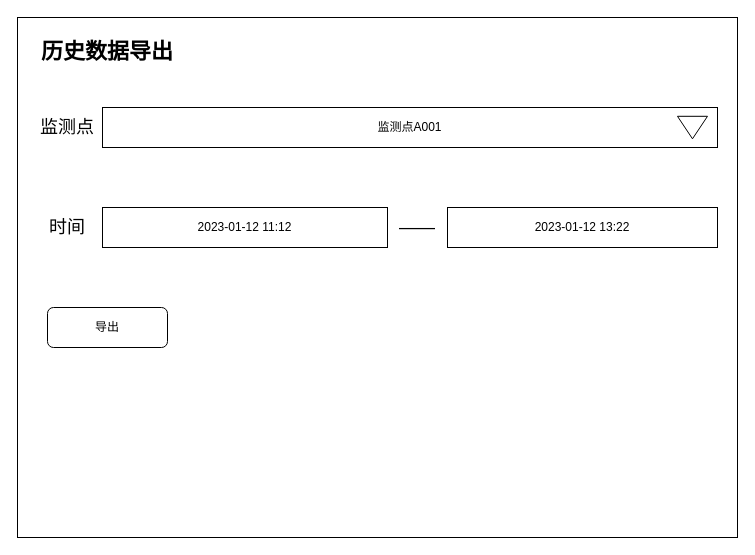
Above: 未命名绘图.drawio in bit365/diagrams (draw.io), before the change. Source tidied: cells renumbered, new cells numbered last; positions are measured from the earlier drawing's top-left corner, leaving out a move shared by most shapes. Both pictures are drawn from the tidied source at 100%, with x=0, y=0 at pixel (17, 17).
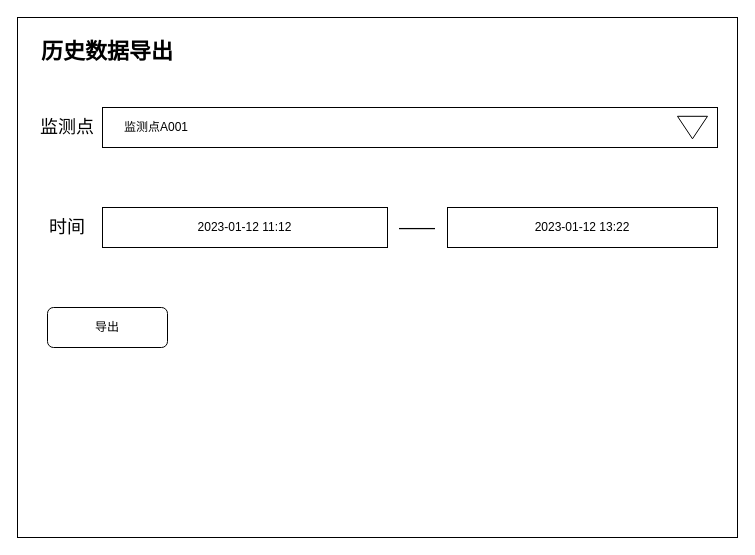
The same diagram, later.

Commit message (it also covers changes not shown here):
更新未命名绘图.drawio

Diff of the diagram source:
```diff
@@
 <mxGraphModel>
   <root>
     <mxCell id="0" />
     <mxCell id="1" parent="0" />
     <mxCell id="2" style="rounded=0;whiteSpace=wrap;html=1;" parent="1" vertex="1">
       <mxGeometry width="720" height="520" as="geometry" />
     </mxCell>
-    <mxCell id="3" value="监测点A001" style="rounded=0;whiteSpace=wrap;html=1;" parent="1" vertex="1">
+    <mxCell id="3" value="&amp;nbsp; &amp;nbsp; &amp;nbsp; 监测点A001" style="rounded=0;whiteSpace=wrap;html=1;align=left;" parent="1" vertex="1">
       <mxGeometry x="85" y="90" width="615" height="40" as="geometry" />
     </mxCell>
     <mxCell id="4" value="监测点" style="text;strokeColor=none;align=center;fillColor=none;html=1;verticalAlign=middle;whiteSpace=wrap;rounded=0;fontSize=18;" parent="1" vertex="1">
       <mxGeometry x="20" y="95" width="60" height="30" as="geometry" />
     </mxCell>
     <mxCell id="5" value="2023-01-12 11:12" style="rounded=0;whiteSpace=wrap;html=1;" parent="1" vertex="1">
       <mxGeometry x="85" y="190" width="285" height="40" as="geometry" />
     </mxCell>
     <mxCell id="6" value="时间" style="text;strokeColor=none;align=center;fillColor=none;html=1;verticalAlign=middle;whiteSpace=wrap;rounded=0;fontSize=18;" parent="1" vertex="1">
       <mxGeometry x="20" y="195" width="60" height="30" as="geometry" />
     </mxCell>
     <mxCell id="7" value="2023-01-12 13:22" style="rounded=0;whiteSpace=wrap;html=1;" parent="1" vertex="1">
       <mxGeometry x="430" y="190" width="270" height="40" as="geometry" />
     </mxCell>
     <mxCell id="8" value="——" style="text;strokeColor=none;align=center;fillColor=none;html=1;verticalAlign=middle;whiteSpace=wrap;rounded=0;fontSize=18;" parent="1" vertex="1">
       <mxGeometry x="370" y="195" width="60" height="30" as="geometry" />
     </mxCell>
     <mxCell id="9" style="triangle;whiteSpace=wrap;html=1;direction=south;" parent="1" vertex="1">
       <mxGeometry x="660" y="98.8" width="30" height="22.5" as="geometry" />
     </mxCell>
     <mxCell id="10" value="历史数据导出" style="text;strokeColor=none;align=center;fillColor=none;html=1;verticalAlign=middle;whiteSpace=wrap;rounded=0;fontSize=22;fontStyle=1;" parent="1" vertex="1">
       <mxGeometry x="20" y="20" width="140" height="30" as="geometry" />
     </mxCell>
     <mxCell id="11" value="导出" style="rounded=1;whiteSpace=wrap;html=1;" parent="1" vertex="1">
       <mxGeometry x="30" y="290" width="120" height="40" as="geometry" />
     </mxCell>
   </root>
 </mxGraphModel>
```
